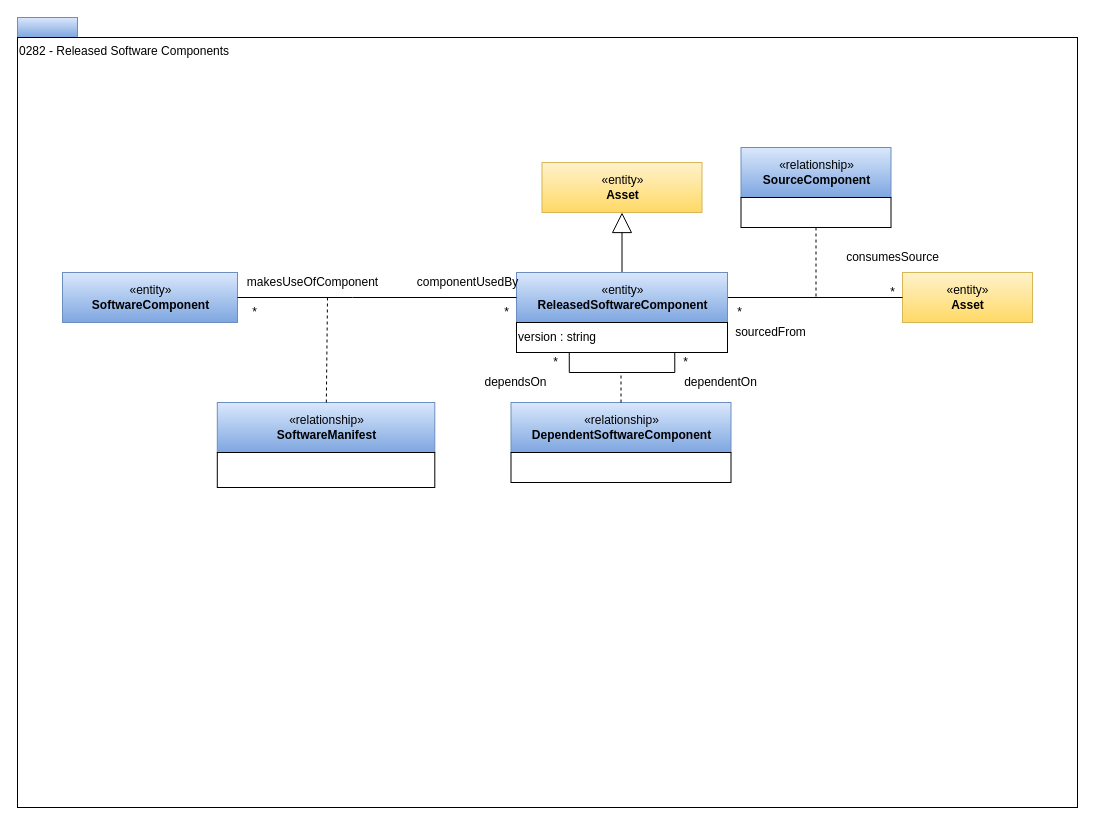
Above: page "0282-Released-Software-Components" (18 of 19) of open-metadata-publication/website/open-metadata-types/area-2-assets.drawio in odpi/egeria (draw.io), before the change. Source tidied: cells renumbered, new cells numbered last; positions are measured from the earlier drawing's top-left corner, leaving out a move shared by most shapes. Both pictures are drawn from the tidied source at 100%, with x=0, y=0 at pixel (17, 17).
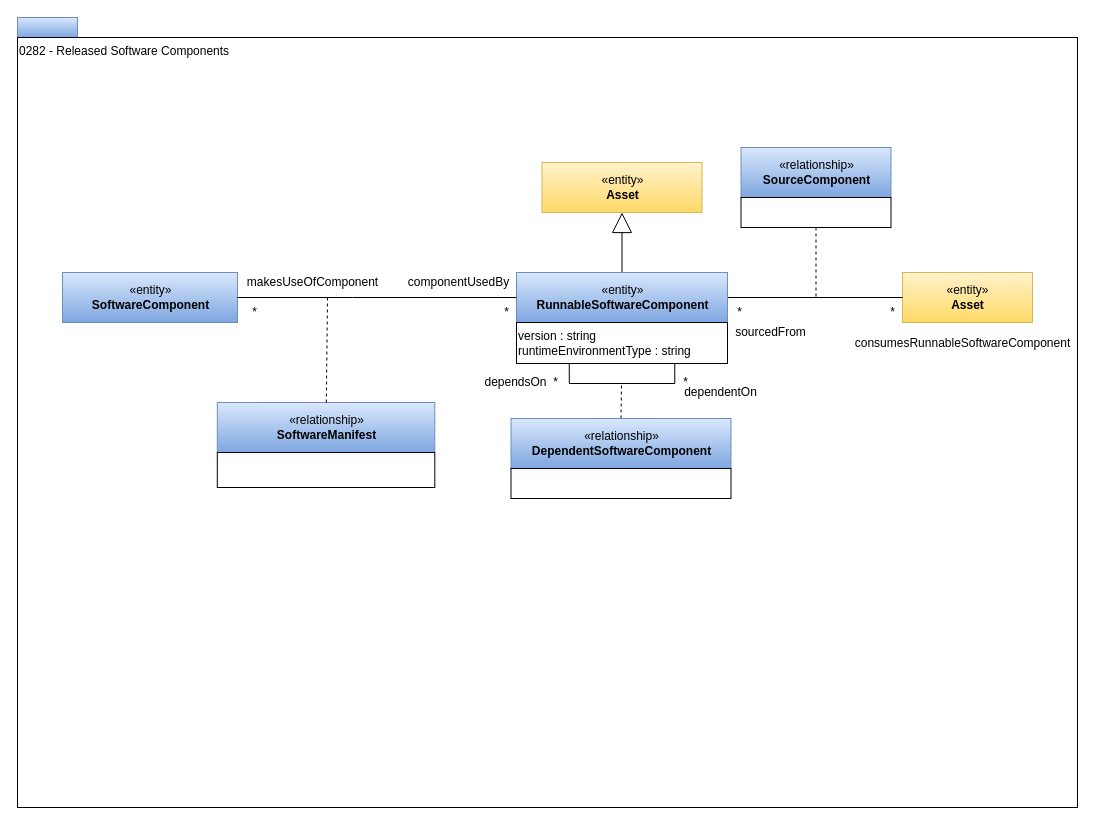
After the change.

What changed in the source:
```diff
@@
-    <mxCell id="10" value="«entity»&lt;br&gt;&lt;b&gt;ReleasedSoftwareComponent&lt;/b&gt;" style="html=1;strokeColor=#6c8ebf;align=center;fillColor=#dae8fc;gradientColor=#7ea6e0;" parent="1" vertex="1">
+    <mxCell id="10" value="«entity»&lt;br&gt;&lt;b&gt;RunnableSoftwareComponent&lt;/b&gt;" style="html=1;strokeColor=#6c8ebf;align=center;fillColor=#dae8fc;gradientColor=#7ea6e0;" parent="1" vertex="1">
       <mxGeometry x="499" y="255" width="211" height="50" as="geometry" />
     </mxCell>
@@
     <mxCell id="12" value="*" style="text;html=1;align=center;verticalAlign=middle;" parent="1" vertex="1">
-      <mxGeometry x="865" y="265" width="20" height="20" as="geometry" />
+      <mxGeometry x="865" y="285" width="20" height="20" as="geometry" />
     </mxCell>
@@
+    <mxCell id="34" style="rounded=0;jettySize=auto;html=1;exitX=0.5;exitY=0;exitDx=0;exitDy=0;dashed=1;endArrow=none;endFill=0;" parent="1" edge="1" source="14">
+      <mxGeometry relative="1" as="geometry">
+        <mxPoint x="604" y="366" as="targetPoint" />
+      </mxGeometry>
+    </mxCell>
     <mxCell id="14" value="«relationship»&lt;br&gt;&lt;b&gt;DependentSoftwareComponent&lt;/b&gt;" style="html=1;strokeColor=#6c8ebf;align=center;fillColor=#dae8fc;gradientColor=#7ea6e0;" parent="1" vertex="1">
-      <mxGeometry x="493.5" y="385" width="220" height="50" as="geometry" />
+      <mxGeometry x="493.5" y="401" width="220" height="50" as="geometry" />
     </mxCell>
     <mxCell id="15" style="rounded=0;whiteSpace=wrap;html=1;strokeColor=#000000;gradientColor=#ffffff;align=left;" parent="1" vertex="1">
-      <mxGeometry x="493.5" y="435" width="220" height="30" as="geometry" />
+      <mxGeometry x="493.5" y="451" width="220" height="30" as="geometry" />
     </mxCell>
-    <mxCell id="16" style="edgeStyle=orthogonalEdgeStyle;rounded=0;html=1;exitX=0.5;exitY=0;exitDx=0;exitDy=0;endArrow=none;endFill=0;jettySize=auto;dashed=1;" parent="1" edge="1" source="14">
-      <mxGeometry relative="1" as="geometry">
-        <mxPoint x="618" y="355" as="targetPoint" />
-        <Array as="points">
-          <mxPoint x="618" y="355" />
-          <mxPoint x="578" y="355" />
-        </Array>
-      </mxGeometry>
-    </mxCell>
-    <mxCell id="17" value="version : string" style="rounded=0;whiteSpace=wrap;html=1;strokeColor=#000000;gradientColor=#ffffff;align=left;" parent="1" vertex="1">
-      <mxGeometry x="499" y="305" width="211" height="30" as="geometry" />
+    <mxCell id="17" value="version : string&lt;br&gt;runtimeEnvironmentType : string" style="rounded=0;whiteSpace=wrap;html=1;strokeColor=#000000;gradientColor=#ffffff;align=left;" parent="1" vertex="1">
+      <mxGeometry x="499" y="305" width="211" height="41" as="geometry" />
     </mxCell>
     <mxCell id="18" value="*" style="text;html=1;align=center;verticalAlign=middle;" parent="1" vertex="1">
-      <mxGeometry x="528" y="335" width="20" height="20" as="geometry" />
+      <mxGeometry x="528" y="355" width="20" height="20" as="geometry" />
     </mxCell>
     <mxCell id="19" value="*" style="text;html=1;align=center;verticalAlign=middle;" parent="1" vertex="1">
-      <mxGeometry x="658" y="335" width="20" height="20" as="geometry" />
+      <mxGeometry x="658" y="355" width="20" height="20" as="geometry" />
     </mxCell>
     <mxCell id="20" value="dependentOn" style="text;html=1;align=center;verticalAlign=middle;" parent="1" vertex="1">
-      <mxGeometry x="658" y="355" width="90" height="20" as="geometry" />
+      <mxGeometry x="658" y="365" width="90" height="20" as="geometry" />
     </mxCell>
@@
-    <mxCell id="24" value="consumesSource" style="text;html=1;align=center;verticalAlign=middle;" parent="1" vertex="1">
-      <mxGeometry x="820" y="230" width="110" height="20" as="geometry" />
+    <mxCell id="24" value="consumesRunnableSoftwareComponent" style="text;html=1;align=center;verticalAlign=middle;" parent="1" vertex="1">
+      <mxGeometry x="830" y="315.5" width="230" height="20" as="geometry" />
     </mxCell>
@@
     <mxCell id="32" value="componentUsedBy" style="text;html=1;align=center;verticalAlign=middle;" parent="1" vertex="1">
-      <mxGeometry x="390" y="255" width="120" height="20" as="geometry" />
+      <mxGeometry x="381" y="255" width="120" height="20" as="geometry" />
     </mxCell>
```
